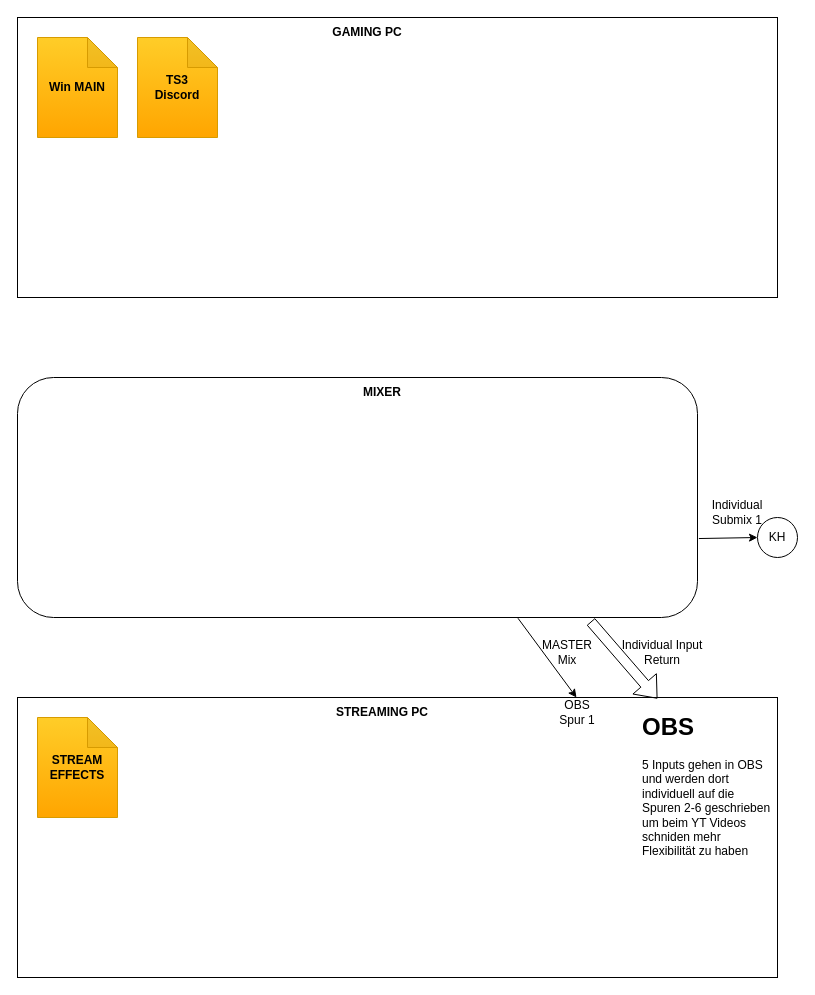
Before: Audio Setup.drawio in JalicX/concepts, a draw.io diagram. Source tidied: cells renumbered, new cells numbered last; positions are measured from the earlier drawing's top-left corner, leaving out a move shared by most shapes. Both pictures are drawn from the tidied source at 100%, with x=0, y=0 at pixel (17, 17).
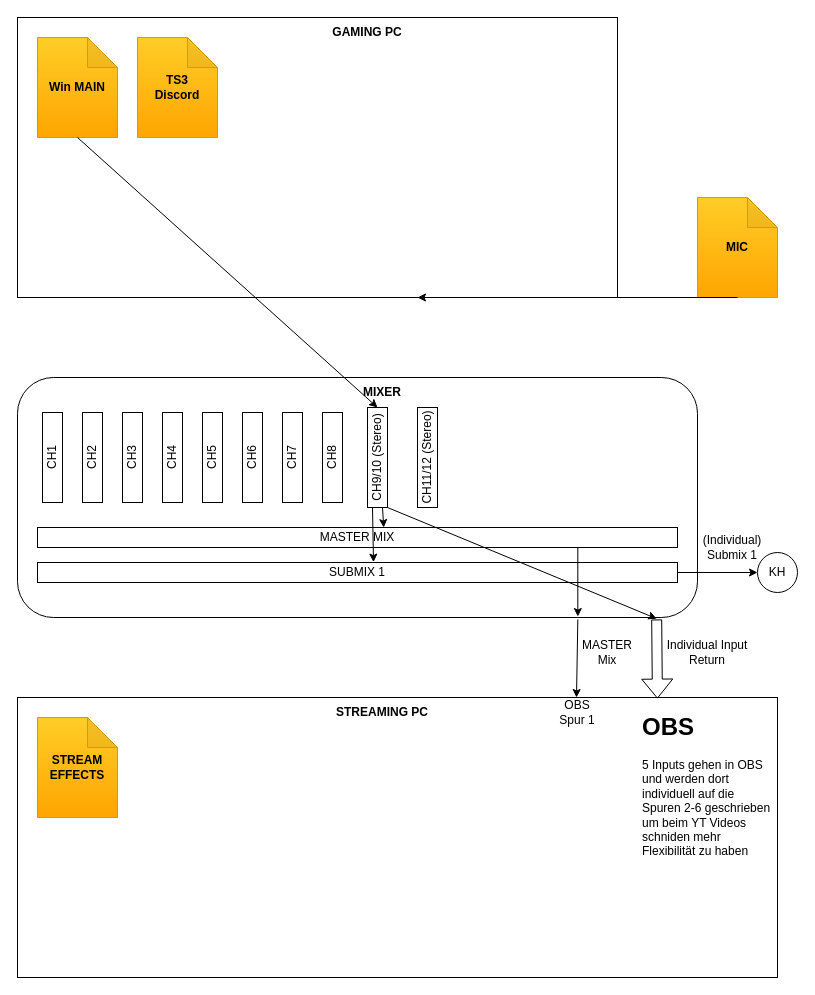
The same page after the edit.

The change refers to these unchanged cells:
```xml
<mxCell id="3" value="&lt;b&gt;Win MAIN&lt;/b&gt;" style="shape=note;whiteSpace=wrap;html=1;backgroundOutline=1;darkOpacity=0.05;fillColor=#ffcd28;gradientColor=#ffa500;strokeColor=#d79b00;" parent="1" vertex="1">
  <mxGeometry x="20" y="20" width="80" height="100" as="geometry" />
</mxCell>
<mxCell id="4" style="rounded=0;whiteSpace=wrap;html=1;" parent="1" vertex="1">
  <mxGeometry y="680" width="760" height="280" as="geometry" />
</mxCell>
<mxCell id="9" style="rounded=1;whiteSpace=wrap;html=1;" parent="1" vertex="1">
  <mxGeometry y="360" width="680" height="240" as="geometry" />
</mxCell>
<mxCell id="10" value="&lt;b&gt;MIXER&lt;/b&gt;" style="text;html=1;strokeColor=none;fillColor=none;align=center;verticalAlign=middle;whiteSpace=wrap;rounded=0;" parent="1" vertex="1">
  <mxGeometry x="310" y="360" width="110" height="30" as="geometry" />
</mxCell>
```

The edit, as a diff of the source:
```diff
@@
     <mxCell id="2" style="rounded=0;whiteSpace=wrap;html=1;" parent="1" vertex="1">
-      <mxGeometry width="760" height="280" as="geometry" />
+      <mxGeometry width="600" height="280" as="geometry" />
     </mxCell>
@@
-    <mxCell id="11" style="shape=flexArrow;endArrow=classic;html=1;rounded=0;exitX=0.843;exitY=1.017;exitDx=0;exitDy=0;exitPerimeter=0;entryX=0.842;entryY=0.004;entryDx=0;entryDy=0;entryPerimeter=0;" parent="1" edge="1" source="9" target="4">
+    <mxCell id="11" style="shape=flexArrow;endArrow=classic;html=1;rounded=0;exitX=0.94;exitY=1.008;exitDx=0;exitDy=0;exitPerimeter=0;entryX=0.842;entryY=0.004;entryDx=0;entryDy=0;entryPerimeter=0;" parent="1" edge="1" source="9" target="4">
       <mxGeometry relative="1" as="geometry" />
     </mxCell>
     <mxCell id="12" value="Individual Input Return" style="text;html=1;strokeColor=none;fillColor=none;align=center;verticalAlign=middle;whiteSpace=wrap;rounded=0;" parent="1" vertex="1">
-      <mxGeometry x="590" y="620" width="110" height="30" as="geometry" />
+      <mxGeometry x="635" y="620" width="110" height="30" as="geometry" />
     </mxCell>
@@
-    <mxCell id="14" style="endArrow=classic;html=1;rounded=0;exitX=0.736;exitY=1.003;exitDx=0;exitDy=0;exitPerimeter=0;" parent="1" edge="1" source="9">
+    <mxCell id="14" style="endArrow=classic;html=1;rounded=0;exitX=0.824;exitY=1.008;exitDx=0;exitDy=0;exitPerimeter=0;" parent="1" edge="1" source="9">
       <mxGeometry relative="1" as="geometry">
         <mxPoint x="559" y="680" as="targetPoint" />
       </mxGeometry>
     </mxCell>
     <mxCell id="15" value="&lt;div&gt;MASTER&lt;/div&gt;&lt;div&gt;Mix&lt;br&gt;&lt;/div&gt;" style="text;html=1;strokeColor=none;fillColor=none;align=center;verticalAlign=middle;whiteSpace=wrap;rounded=0;" parent="1" vertex="1">
-      <mxGeometry x="520" y="620" width="60" height="30" as="geometry" />
+      <mxGeometry x="560" y="620" width="60" height="30" as="geometry" />
     </mxCell>
@@
-    <mxCell id="17" style="endArrow=classic;html=1;rounded=0;exitX=1.002;exitY=0.671;exitDx=0;exitDy=0;exitPerimeter=0;entryX=0;entryY=0.5;entryDx=0;entryDy=0;" parent="1" edge="1" source="9" target="19">
+    <mxCell id="17" style="endArrow=classic;html=1;rounded=0;exitX=1;exitY=0.5;exitDx=0;exitDy=0;entryX=0;entryY=0.5;entryDx=0;entryDy=0;" parent="1" edge="1" source="23" target="19">
       <mxGeometry relative="1" as="geometry" />
     </mxCell>
-    <mxCell id="18" value="Individual Submix 1" style="text;html=1;strokeColor=none;fillColor=none;align=center;verticalAlign=middle;whiteSpace=wrap;rounded=0;" parent="1" vertex="1">
-      <mxGeometry x="690" y="480" width="60" height="30" as="geometry" />
+    <mxCell id="18" value="(Individual) Submix 1" style="text;html=1;strokeColor=none;fillColor=none;align=center;verticalAlign=middle;whiteSpace=wrap;rounded=0;" parent="1" vertex="1">
+      <mxGeometry x="685" y="515" width="60" height="30" as="geometry" />
     </mxCell>
     <mxCell id="19" value="KH" style="ellipse;whiteSpace=wrap;html=1;" parent="1" vertex="1">
-      <mxGeometry x="740" y="500" width="40" height="40" as="geometry" />
+      <mxGeometry x="740" y="535" width="40" height="40" as="geometry" />
     </mxCell>
+    <mxCell id="20" style="endArrow=classic;html=1;rounded=0;exitX=0.5;exitY=1;exitDx=0;exitDy=0;exitPerimeter=0;entryX=0.5;entryY=1;entryDx=0;entryDy=0;startArrow=none;" parent="1" edge="1" source="34" target="10">
+      <mxGeometry relative="1" as="geometry" />
+    </mxCell>
+    <mxCell id="21" value="CH1" style="rounded=0;whiteSpace=wrap;html=1;rotation=-90;" parent="1" vertex="1">
+      <mxGeometry x="-10" y="430" width="90" height="20" as="geometry" />
+    </mxCell>
+    <mxCell id="22" value="MASTER MIX" style="rounded=0;whiteSpace=wrap;html=1;" parent="1" vertex="1">
+      <mxGeometry x="20" y="510" width="640" height="20" as="geometry" />
+    </mxCell>
+    <mxCell id="23" value="SUBMIX 1" style="rounded=0;whiteSpace=wrap;html=1;" parent="1" vertex="1">
+      <mxGeometry x="20" y="545" width="640" height="20" as="geometry" />
+    </mxCell>
+    <mxCell id="24" value="&lt;b&gt;MIC&lt;/b&gt;" style="shape=note;whiteSpace=wrap;html=1;backgroundOutline=1;darkOpacity=0.05;fillColor=#ffcd28;gradientColor=#ffa500;strokeColor=#d79b00;" parent="1" vertex="1">
+      <mxGeometry x="680" y="180" width="80" height="100" as="geometry" />
+    </mxCell>
+    <mxCell id="25" style="endArrow=classic;html=1;rounded=0;exitX=0.5;exitY=1;exitDx=0;exitDy=0;exitPerimeter=0;" parent="1" edge="1" source="24">
+      <mxGeometry relative="1" as="geometry">
+        <mxPoint x="400" y="280" as="targetPoint" />
+      </mxGeometry>
+    </mxCell>
+    <mxCell id="26" value="&lt;div&gt;CH2&lt;/div&gt;" style="rounded=0;whiteSpace=wrap;html=1;rotation=-90;" parent="1" vertex="1">
+      <mxGeometry x="30" y="430" width="90" height="20" as="geometry" />
+    </mxCell>
+    <mxCell id="27" value="CH4" style="rounded=0;whiteSpace=wrap;html=1;rotation=-90;" parent="1" vertex="1">
+      <mxGeometry x="110" y="430" width="90" height="20" as="geometry" />
+    </mxCell>
+    <mxCell id="28" value="CH6" style="rounded=0;whiteSpace=wrap;html=1;rotation=-90;" parent="1" vertex="1">
+      <mxGeometry x="190" y="430" width="90" height="20" as="geometry" />
+    </mxCell>
+    <mxCell id="29" value="CH3" style="rounded=0;whiteSpace=wrap;html=1;rotation=-90;" parent="1" vertex="1">
+      <mxGeometry x="70" y="430" width="90" height="20" as="geometry" />
+    </mxCell>
+    <mxCell id="30" value="&lt;div&gt;CH5&lt;/div&gt;" style="rounded=0;whiteSpace=wrap;html=1;rotation=-90;" parent="1" vertex="1">
+      <mxGeometry x="150" y="430" width="90" height="20" as="geometry" />
+    </mxCell>
+    <mxCell id="31" value="&lt;div&gt;CH7&lt;/div&gt;" style="rounded=0;whiteSpace=wrap;html=1;rotation=-90;" parent="1" vertex="1">
+      <mxGeometry x="230" y="430" width="90" height="20" as="geometry" />
+    </mxCell>
+    <mxCell id="32" value="CH8" style="rounded=0;whiteSpace=wrap;html=1;rotation=-90;" parent="1" vertex="1">
+      <mxGeometry x="270" y="430" width="90" height="20" as="geometry" />
+    </mxCell>
+    <mxCell id="33" value="&lt;div&gt;CH11/12 (Stereo)&lt;/div&gt;" style="rounded=0;whiteSpace=wrap;html=1;rotation=-90;" parent="1" vertex="1">
+      <mxGeometry x="360" y="430" width="100" height="20" as="geometry" />
+    </mxCell>
+    <mxCell id="34" value="&lt;div&gt;CH9/10 (Stereo)&lt;/div&gt;" style="rounded=0;whiteSpace=wrap;html=1;rotation=-90;" parent="1" vertex="1">
+      <mxGeometry x="310" y="430" width="100" height="20" as="geometry" />
+    </mxCell>
+    <mxCell id="35" style="endArrow=classic;html=1;rounded=0;exitX=0.5;exitY=1;exitDx=0;exitDy=0;exitPerimeter=0;entryX=1;entryY=0.5;entryDx=0;entryDy=0;" parent="1" edge="1" source="3" target="34">
+      <mxGeometry relative="1" as="geometry" />
+    </mxCell>
+    <mxCell id="36" style="endArrow=classic;html=1;rounded=0;exitX=0;exitY=0.75;exitDx=0;exitDy=0;entryX=0.541;entryY=0.001;entryDx=0;entryDy=0;entryPerimeter=0;" parent="1" edge="1" source="34" target="22">
+      <mxGeometry relative="1" as="geometry" />
+    </mxCell>
+    <mxCell id="37" style="endArrow=classic;html=1;rounded=0;exitX=0;exitY=0.25;exitDx=0;exitDy=0;entryX=0.525;entryY=-0.019;entryDx=0;entryDy=0;entryPerimeter=0;" parent="1" edge="1" source="34" target="23">
+      <mxGeometry relative="1" as="geometry" />
+    </mxCell>
+    <mxCell id="38" style="endArrow=classic;html=1;rounded=0;exitX=0;exitY=1;exitDx=0;exitDy=0;entryX=0.94;entryY=1.005;entryDx=0;entryDy=0;entryPerimeter=0;" parent="1" edge="1" source="34" target="9">
+      <mxGeometry relative="1" as="geometry" />
+    </mxCell>
+    <mxCell id="39" style="endArrow=classic;html=1;rounded=0;exitX=0.824;exitY=0.708;exitDx=0;exitDy=0;exitPerimeter=0;entryX=0.824;entryY=0.996;entryDx=0;entryDy=0;entryPerimeter=0;" parent="1" edge="1" source="9" target="9">
+      <mxGeometry relative="1" as="geometry" />
+    </mxCell>
```
